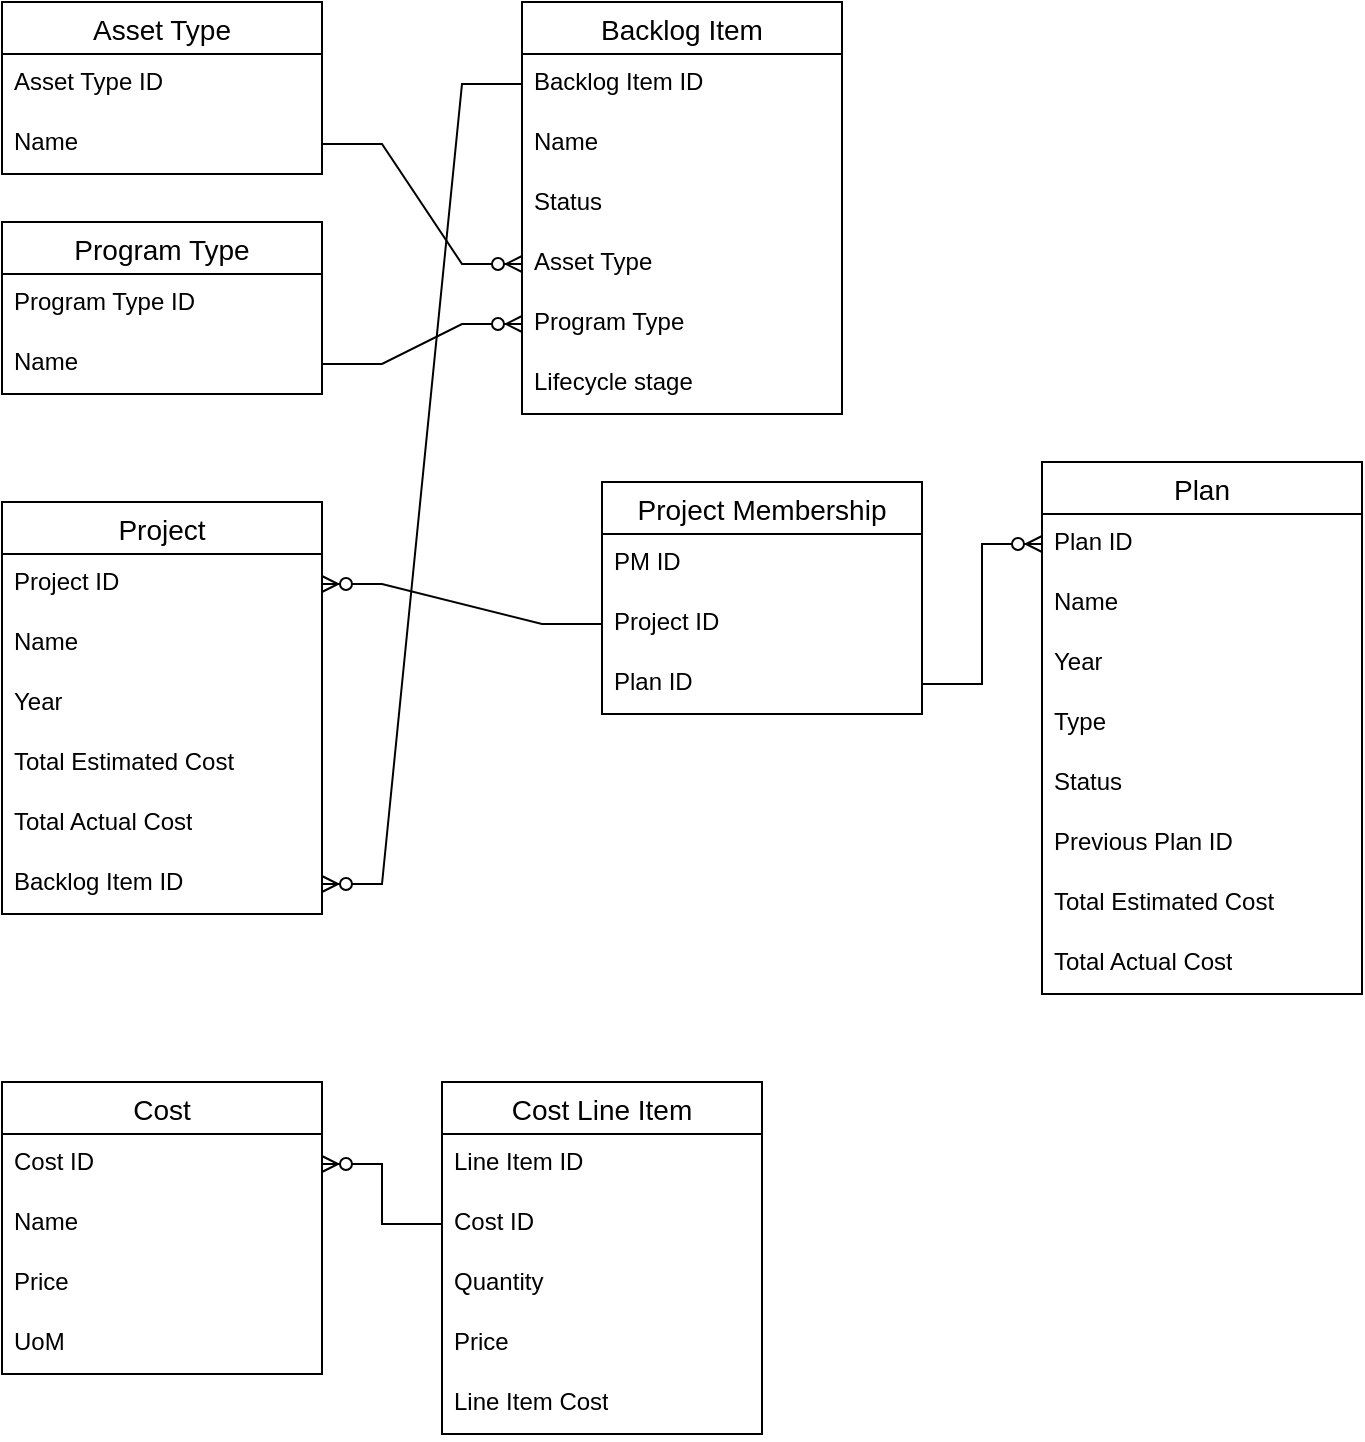
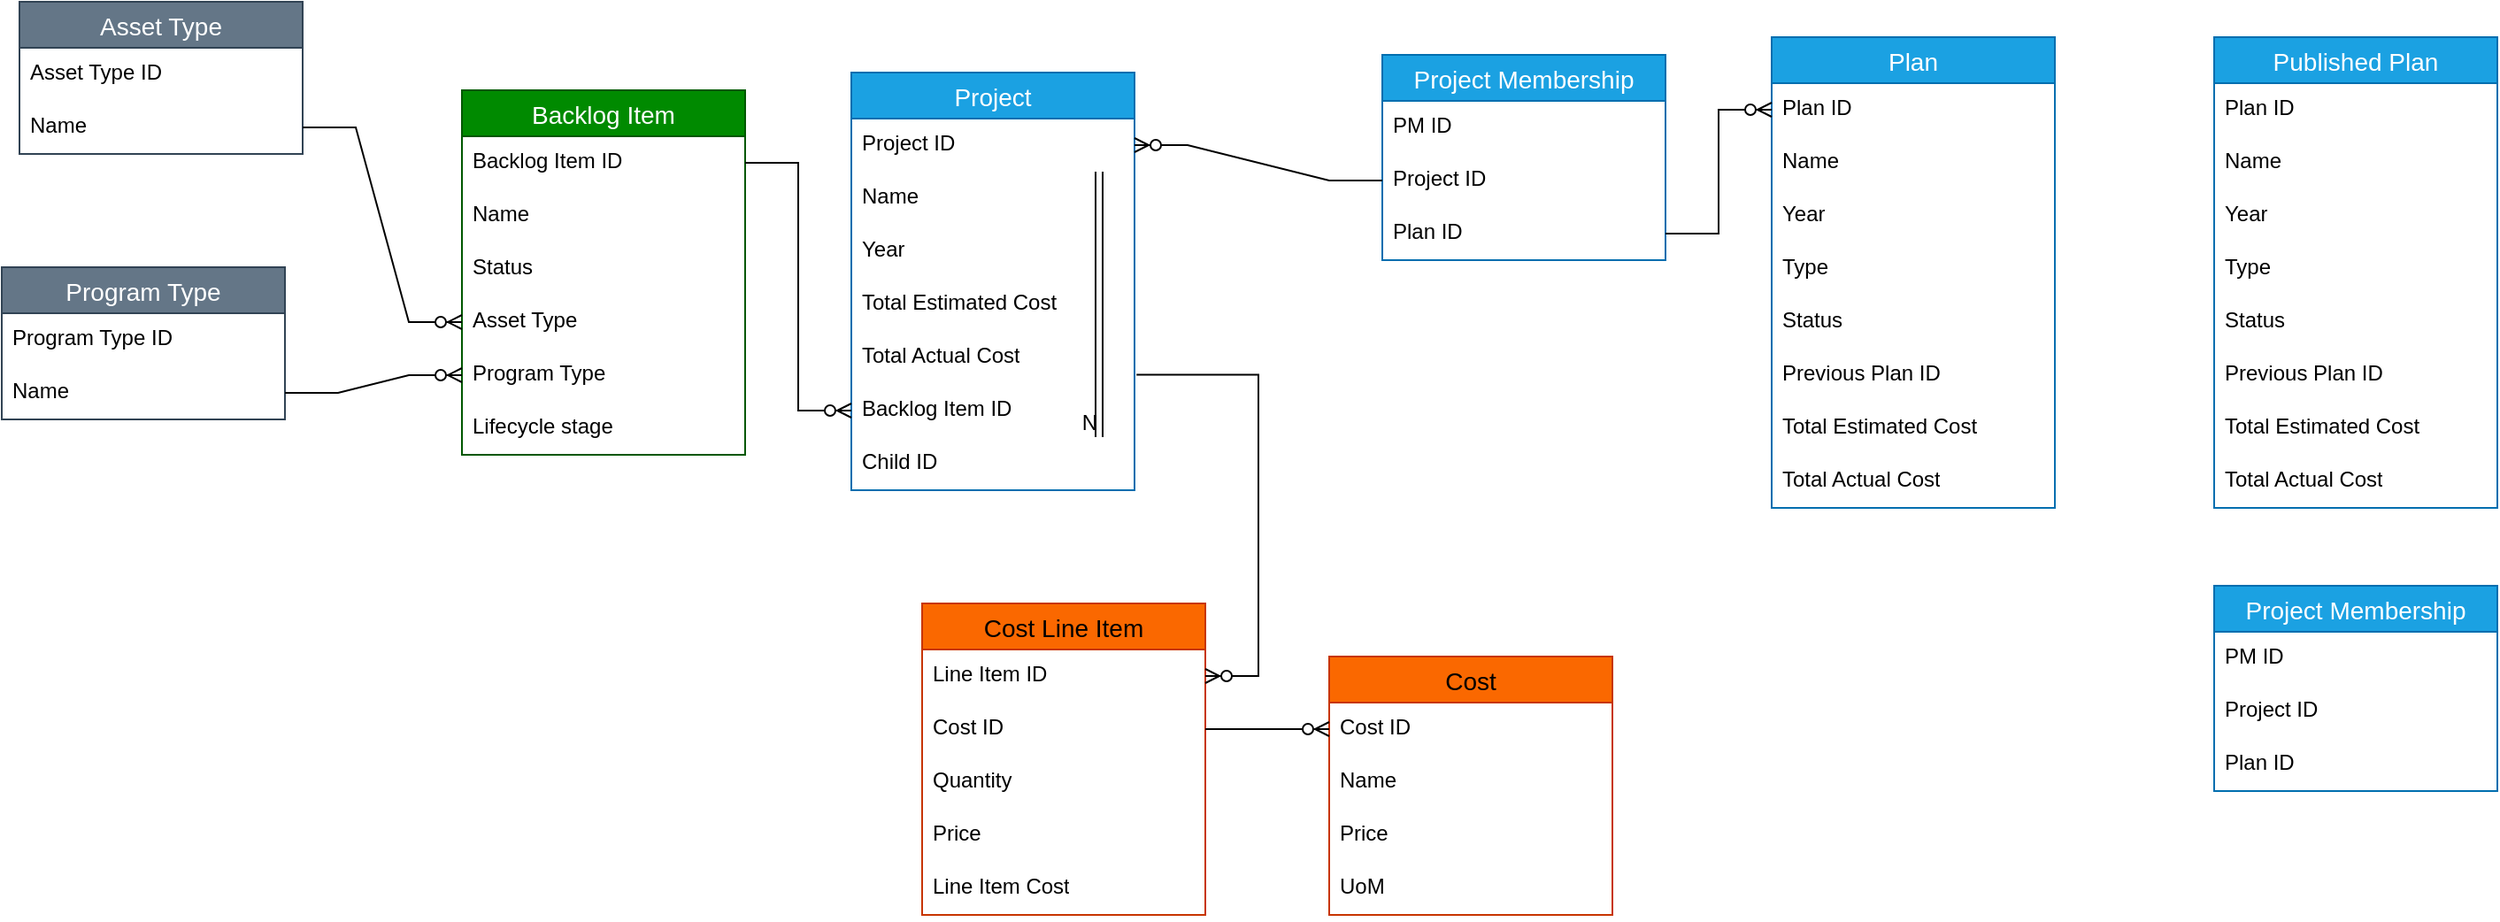
<mxfile host="app.diagrams.net" agent="Mozilla/5.0 (Windows NT 10.0; Win64; x64; rv:152.0) Gecko/20100101 Firefox/152.0">
  <diagram name="Page-1" id="SS4VlzMvfaLE4J7oMdR6">
-     <mxGraphModel dx="1178" dy="649" grid="1" gridSize="10" guides="1" tooltips="1" connect="1" arrows="1" fold="1" page="1" pageScale="1" pageWidth="850" pageHeight="1100" math="0" shadow="0">
+     <mxGraphModel dx="2028" dy="649" grid="1" gridSize="10" guides="1" tooltips="1" connect="1" arrows="1" fold="1" page="1" pageScale="1" pageWidth="850" pageHeight="1100" math="0" shadow="0">
      <root>
        <mxCell id="0" />
        <mxCell id="1" parent="0" />
-         <mxCell id="-pVWP6vscBkAqgU3yTl7-28" parent="1" style="swimlane;fontStyle=0;childLayout=stackLayout;horizontal=1;startSize=26;horizontalStack=0;resizeParent=1;resizeParentMax=0;resizeLast=0;collapsible=1;marginBottom=0;align=center;fontSize=14;" value="Backlog Item" vertex="1">
-           <mxGeometry height="206" width="160" x="300" y="40" as="geometry">
+         <mxCell id="-pVWP6vscBkAqgU3yTl7-28" parent="1" style="swimlane;fontStyle=0;childLayout=stackLayout;horizontal=1;startSize=26;horizontalStack=0;resizeParent=1;resizeParentMax=0;resizeLast=0;collapsible=1;marginBottom=0;align=center;fontSize=14;fillColor=#008a00;fontColor=#ffffff;strokeColor=#005700;" value="Backlog Item" vertex="1">
+           <mxGeometry height="206" width="160" x="-180" y="300" as="geometry">
            <mxRectangle height="30" width="120" x="320" y="220" as="alternateBounds" />
          </mxGeometry>
        </mxCell>
        <mxCell id="-pVWP6vscBkAqgU3yTl7-29" parent="-pVWP6vscBkAqgU3yTl7-28" style="text;strokeColor=none;fillColor=none;spacingLeft=4;spacingRight=4;overflow=hidden;rotatable=0;points=[[0,0.5],[1,0.5]];portConstraint=eastwest;fontSize=12;whiteSpace=wrap;html=1;" value="Backlog Item ID" vertex="1">
          <mxGeometry height="30" width="160" y="26" as="geometry" />
        </mxCell>
        <mxCell id="-pVWP6vscBkAqgU3yTl7-30" parent="-pVWP6vscBkAqgU3yTl7-28" style="text;strokeColor=none;fillColor=none;spacingLeft=4;spacingRight=4;overflow=hidden;rotatable=0;points=[[0,0.5],[1,0.5]];portConstraint=eastwest;fontSize=12;whiteSpace=wrap;html=1;" value="Name" vertex="1">
          <mxGeometry height="30" width="160" y="56" as="geometry" />
        </mxCell>
        <mxCell id="-pVWP6vscBkAqgU3yTl7-31" parent="-pVWP6vscBkAqgU3yTl7-28" style="text;strokeColor=none;fillColor=none;spacingLeft=4;spacingRight=4;overflow=hidden;rotatable=0;points=[[0,0.5],[1,0.5]];portConstraint=eastwest;fontSize=12;whiteSpace=wrap;html=1;" value="Status" vertex="1">
          <mxGeometry height="30" width="160" y="86" as="geometry" />
        </mxCell>
        <mxCell id="-pVWP6vscBkAqgU3yTl7-32" parent="-pVWP6vscBkAqgU3yTl7-28" style="text;strokeColor=none;fillColor=none;spacingLeft=4;spacingRight=4;overflow=hidden;rotatable=0;points=[[0,0.5],[1,0.5]];portConstraint=eastwest;fontSize=12;whiteSpace=wrap;html=1;" value="Asset Type" vertex="1">
          <mxGeometry height="30" width="160" y="116" as="geometry" />
        </mxCell>
        <mxCell id="-pVWP6vscBkAqgU3yTl7-40" parent="-pVWP6vscBkAqgU3yTl7-28" style="text;strokeColor=none;fillColor=none;spacingLeft=4;spacingRight=4;overflow=hidden;rotatable=0;points=[[0,0.5],[1,0.5]];portConstraint=eastwest;fontSize=12;whiteSpace=wrap;html=1;" value="Program Type" vertex="1">
          <mxGeometry height="30" width="160" y="146" as="geometry" />
        </mxCell>
        <mxCell id="-pVWP6vscBkAqgU3yTl7-57" parent="-pVWP6vscBkAqgU3yTl7-28" style="text;strokeColor=none;fillColor=none;spacingLeft=4;spacingRight=4;overflow=hidden;rotatable=0;points=[[0,0.5],[1,0.5]];portConstraint=eastwest;fontSize=12;whiteSpace=wrap;html=1;" value="Lifecycle stage" vertex="1">
          <mxGeometry height="30" width="160" y="176" as="geometry" />
        </mxCell>
-         <mxCell id="-pVWP6vscBkAqgU3yTl7-33" parent="1" style="swimlane;fontStyle=0;childLayout=stackLayout;horizontal=1;startSize=26;horizontalStack=0;resizeParent=1;resizeParentMax=0;resizeLast=0;collapsible=1;marginBottom=0;align=center;fontSize=14;" value="Asset Type" vertex="1">
-           <mxGeometry height="86" width="160" x="40" y="40" as="geometry" />
+         <mxCell id="-pVWP6vscBkAqgU3yTl7-33" parent="1" style="swimlane;fontStyle=0;childLayout=stackLayout;horizontal=1;startSize=26;horizontalStack=0;resizeParent=1;resizeParentMax=0;resizeLast=0;collapsible=1;marginBottom=0;align=center;fontSize=14;fillColor=#647687;fontColor=#ffffff;strokeColor=#314354;" value="Asset Type" vertex="1">
+           <mxGeometry height="86" width="160" x="-430" y="250" as="geometry" />
        </mxCell>
        <mxCell id="-pVWP6vscBkAqgU3yTl7-34" parent="-pVWP6vscBkAqgU3yTl7-33" style="text;strokeColor=none;fillColor=none;spacingLeft=4;spacingRight=4;overflow=hidden;rotatable=0;points=[[0,0.5],[1,0.5]];portConstraint=eastwest;fontSize=12;whiteSpace=wrap;html=1;" value="Asset Type ID" vertex="1">
          <mxGeometry height="30" width="160" y="26" as="geometry" />
        </mxCell>
        <mxCell id="-pVWP6vscBkAqgU3yTl7-35" parent="-pVWP6vscBkAqgU3yTl7-33" style="text;strokeColor=none;fillColor=none;spacingLeft=4;spacingRight=4;overflow=hidden;rotatable=0;points=[[0,0.5],[1,0.5]];portConstraint=eastwest;fontSize=12;whiteSpace=wrap;html=1;" value="Name" vertex="1">
          <mxGeometry height="30" width="160" y="56" as="geometry" />
        </mxCell>
        <mxCell id="-pVWP6vscBkAqgU3yTl7-39" edge="1" parent="1" source="-pVWP6vscBkAqgU3yTl7-35" style="edgeStyle=entityRelationEdgeStyle;fontSize=12;html=1;endArrow=ERzeroToMany;endFill=1;rounded=0;" target="-pVWP6vscBkAqgU3yTl7-32" value="">
          <mxGeometry height="100" relative="1" width="100" as="geometry">
            <mxPoint x="160" y="440" as="sourcePoint" />
            <mxPoint x="260" y="340" as="targetPoint" />
          </mxGeometry>
        </mxCell>
-         <mxCell id="-pVWP6vscBkAqgU3yTl7-41" parent="1" style="swimlane;fontStyle=0;childLayout=stackLayout;horizontal=1;startSize=26;horizontalStack=0;resizeParent=1;resizeParentMax=0;resizeLast=0;collapsible=1;marginBottom=0;align=center;fontSize=14;" value="Program Type" vertex="1">
-           <mxGeometry height="86" width="160" x="40" y="150" as="geometry" />
+         <mxCell id="-pVWP6vscBkAqgU3yTl7-41" parent="1" style="swimlane;fontStyle=0;childLayout=stackLayout;horizontal=1;startSize=26;horizontalStack=0;resizeParent=1;resizeParentMax=0;resizeLast=0;collapsible=1;marginBottom=0;align=center;fontSize=14;fillColor=#647687;fontColor=#ffffff;strokeColor=#314354;" value="Program Type" vertex="1">
+           <mxGeometry height="86" width="160" x="-440" y="400" as="geometry" />
        </mxCell>
        <mxCell id="-pVWP6vscBkAqgU3yTl7-42" parent="-pVWP6vscBkAqgU3yTl7-41" style="text;strokeColor=none;fillColor=none;spacingLeft=4;spacingRight=4;overflow=hidden;rotatable=0;points=[[0,0.5],[1,0.5]];portConstraint=eastwest;fontSize=12;whiteSpace=wrap;html=1;" value="Program Type ID" vertex="1">
          <mxGeometry height="30" width="160" y="26" as="geometry" />
        </mxCell>
        <mxCell id="-pVWP6vscBkAqgU3yTl7-43" parent="-pVWP6vscBkAqgU3yTl7-41" style="text;strokeColor=none;fillColor=none;spacingLeft=4;spacingRight=4;overflow=hidden;rotatable=0;points=[[0,0.5],[1,0.5]];portConstraint=eastwest;fontSize=12;whiteSpace=wrap;html=1;" value="Name" vertex="1">
          <mxGeometry height="30" width="160" y="56" as="geometry" />
        </mxCell>
        <mxCell id="-pVWP6vscBkAqgU3yTl7-44" edge="1" parent="1" source="-pVWP6vscBkAqgU3yTl7-43" style="edgeStyle=entityRelationEdgeStyle;fontSize=12;html=1;endArrow=ERzeroToMany;endFill=1;rounded=0;" target="-pVWP6vscBkAqgU3yTl7-40" value="">
          <mxGeometry height="100" relative="1" width="100" as="geometry">
            <mxPoint x="220" y="230" as="sourcePoint" />
            <mxPoint x="290" y="290" as="targetPoint" />
          </mxGeometry>
        </mxCell>
-         <mxCell id="-pVWP6vscBkAqgU3yTl7-45" parent="1" style="swimlane;fontStyle=0;childLayout=stackLayout;horizontal=1;startSize=26;horizontalStack=0;resizeParent=1;resizeParentMax=0;resizeLast=0;collapsible=1;marginBottom=0;align=center;fontSize=14;" value="Project" vertex="1">
-           <mxGeometry height="206" width="160" x="40" y="290" as="geometry" />
+         <mxCell id="-pVWP6vscBkAqgU3yTl7-45" parent="1" style="swimlane;fontStyle=0;childLayout=stackLayout;horizontal=1;startSize=26;horizontalStack=0;resizeParent=1;resizeParentMax=0;resizeLast=0;collapsible=1;marginBottom=0;align=center;fontSize=14;fillColor=#1ba1e2;fontColor=#ffffff;strokeColor=#006EAF;" value="Project" vertex="1">
+           <mxGeometry height="236" width="160" x="40" y="290" as="geometry" />
        </mxCell>
        <mxCell id="-pVWP6vscBkAqgU3yTl7-46" parent="-pVWP6vscBkAqgU3yTl7-45" style="text;strokeColor=none;fillColor=none;spacingLeft=4;spacingRight=4;overflow=hidden;rotatable=0;points=[[0,0.5],[1,0.5]];portConstraint=eastwest;fontSize=12;whiteSpace=wrap;html=1;" value="Project ID" vertex="1">
          <mxGeometry height="30" width="160" y="26" as="geometry" />
        </mxCell>
        <mxCell id="-pVWP6vscBkAqgU3yTl7-47" parent="-pVWP6vscBkAqgU3yTl7-45" style="text;strokeColor=none;fillColor=none;spacingLeft=4;spacingRight=4;overflow=hidden;rotatable=0;points=[[0,0.5],[1,0.5]];portConstraint=eastwest;fontSize=12;whiteSpace=wrap;html=1;" value="Name" vertex="1">
          <mxGeometry height="30" width="160" y="56" as="geometry" />
        </mxCell>
        <mxCell id="-pVWP6vscBkAqgU3yTl7-48" parent="-pVWP6vscBkAqgU3yTl7-45" style="text;strokeColor=none;fillColor=none;spacingLeft=4;spacingRight=4;overflow=hidden;rotatable=0;points=[[0,0.5],[1,0.5]];portConstraint=eastwest;fontSize=12;whiteSpace=wrap;html=1;" value="Year" vertex="1">
          <mxGeometry height="30" width="160" y="86" as="geometry" />
        </mxCell>
+         <mxCell id="-pVWP6vscBkAqgU3yTl7-88" edge="1" parent="-pVWP6vscBkAqgU3yTl7-45" style="shape=link;html=1;rounded=0;" value="">
+           <mxGeometry relative="1" as="geometry">
+             <mxPoint x="140" y="56" as="sourcePoint" />
+             <mxPoint x="140" y="206" as="targetPoint" />
+           </mxGeometry>
+         </mxCell>
+         <mxCell id="-pVWP6vscBkAqgU3yTl7-89" connectable="0" parent="-pVWP6vscBkAqgU3yTl7-88" style="resizable=0;html=1;whiteSpace=wrap;align=right;verticalAlign=bottom;" value="N" vertex="1">
+           <mxGeometry relative="1" x="1" as="geometry" />
+         </mxCell>
        <mxCell id="-pVWP6vscBkAqgU3yTl7-59" parent="-pVWP6vscBkAqgU3yTl7-45" style="text;strokeColor=none;fillColor=none;spacingLeft=4;spacingRight=4;overflow=hidden;rotatable=0;points=[[0,0.5],[1,0.5]];portConstraint=eastwest;fontSize=12;whiteSpace=wrap;html=1;" value="Total Estimated Cost" vertex="1">
          <mxGeometry height="30" width="160" y="116" as="geometry" />
        </mxCell>
        <mxCell id="-pVWP6vscBkAqgU3yTl7-58" parent="-pVWP6vscBkAqgU3yTl7-45" style="text;strokeColor=none;fillColor=none;spacingLeft=4;spacingRight=4;overflow=hidden;rotatable=0;points=[[0,0.5],[1,0.5]];portConstraint=eastwest;fontSize=12;whiteSpace=wrap;html=1;" value="Total Actual Cost" vertex="1">
          <mxGeometry height="30" width="160" y="146" as="geometry" />
        </mxCell>
        <mxCell id="-pVWP6vscBkAqgU3yTl7-62" parent="-pVWP6vscBkAqgU3yTl7-45" style="text;strokeColor=none;fillColor=none;spacingLeft=4;spacingRight=4;overflow=hidden;rotatable=0;points=[[0,0.5],[1,0.5]];portConstraint=eastwest;fontSize=12;whiteSpace=wrap;html=1;" value="Backlog Item ID" vertex="1">
          <mxGeometry height="30" width="160" y="176" as="geometry" />
        </mxCell>
-         <mxCell id="-pVWP6vscBkAqgU3yTl7-49" parent="1" style="swimlane;fontStyle=0;childLayout=stackLayout;horizontal=1;startSize=26;horizontalStack=0;resizeParent=1;resizeParentMax=0;resizeLast=0;collapsible=1;marginBottom=0;align=center;fontSize=14;" value="Plan" vertex="1">
+         <mxCell id="-pVWP6vscBkAqgU3yTl7-83" parent="-pVWP6vscBkAqgU3yTl7-45" style="text;strokeColor=none;fillColor=none;spacingLeft=4;spacingRight=4;overflow=hidden;rotatable=0;points=[[0,0.5],[1,0.5]];portConstraint=eastwest;fontSize=12;whiteSpace=wrap;html=1;" value="Child ID" vertex="1">
+           <mxGeometry height="30" width="160" y="206" as="geometry" />
+         </mxCell>
+         <mxCell id="-pVWP6vscBkAqgU3yTl7-49" parent="1" style="swimlane;fontStyle=0;childLayout=stackLayout;horizontal=1;startSize=26;horizontalStack=0;resizeParent=1;resizeParentMax=0;resizeLast=0;collapsible=1;marginBottom=0;align=center;fontSize=14;fillColor=#1ba1e2;fontColor=#ffffff;strokeColor=#006EAF;" value="Plan" vertex="1">
          <mxGeometry height="266" width="160" x="560" y="270" as="geometry" />
        </mxCell>
        <mxCell id="-pVWP6vscBkAqgU3yTl7-50" parent="-pVWP6vscBkAqgU3yTl7-49" style="text;strokeColor=none;fillColor=none;spacingLeft=4;spacingRight=4;overflow=hidden;rotatable=0;points=[[0,0.5],[1,0.5]];portConstraint=eastwest;fontSize=12;whiteSpace=wrap;html=1;" value="Plan ID" vertex="1">
          <mxGeometry height="30" width="160" y="26" as="geometry" />
        </mxCell>
        <mxCell id="-pVWP6vscBkAqgU3yTl7-51" parent="-pVWP6vscBkAqgU3yTl7-49" style="text;strokeColor=none;fillColor=none;spacingLeft=4;spacingRight=4;overflow=hidden;rotatable=0;points=[[0,0.5],[1,0.5]];portConstraint=eastwest;fontSize=12;whiteSpace=wrap;html=1;" value="Name" vertex="1">
          <mxGeometry height="30" width="160" y="56" as="geometry" />
        </mxCell>
        <mxCell id="-pVWP6vscBkAqgU3yTl7-52" parent="-pVWP6vscBkAqgU3yTl7-49" style="text;strokeColor=none;fillColor=none;spacingLeft=4;spacingRight=4;overflow=hidden;rotatable=0;points=[[0,0.5],[1,0.5]];portConstraint=eastwest;fontSize=12;whiteSpace=wrap;html=1;" value="Year" vertex="1">
          <mxGeometry height="30" width="160" y="86" as="geometry" />
        </mxCell>
        <mxCell id="-pVWP6vscBkAqgU3yTl7-66" parent="-pVWP6vscBkAqgU3yTl7-49" style="text;strokeColor=none;fillColor=none;spacingLeft=4;spacingRight=4;overflow=hidden;rotatable=0;points=[[0,0.5],[1,0.5]];portConstraint=eastwest;fontSize=12;whiteSpace=wrap;html=1;" value="&lt;div&gt;Type&lt;/div&gt;" vertex="1">
          <mxGeometry height="30" width="160" y="116" as="geometry" />
        </mxCell>
        <mxCell id="-pVWP6vscBkAqgU3yTl7-65" parent="-pVWP6vscBkAqgU3yTl7-49" style="text;strokeColor=none;fillColor=none;spacingLeft=4;spacingRight=4;overflow=hidden;rotatable=0;points=[[0,0.5],[1,0.5]];portConstraint=eastwest;fontSize=12;whiteSpace=wrap;html=1;" value="Status" vertex="1">
          <mxGeometry height="30" width="160" y="146" as="geometry" />
        </mxCell>
        <mxCell id="-pVWP6vscBkAqgU3yTl7-67" parent="-pVWP6vscBkAqgU3yTl7-49" style="text;strokeColor=none;fillColor=none;spacingLeft=4;spacingRight=4;overflow=hidden;rotatable=0;points=[[0,0.5],[1,0.5]];portConstraint=eastwest;fontSize=12;whiteSpace=wrap;html=1;" value="Previous Plan ID" vertex="1">
          <mxGeometry height="30" width="160" y="176" as="geometry" />
        </mxCell>
        <mxCell id="-pVWP6vscBkAqgU3yTl7-81" parent="-pVWP6vscBkAqgU3yTl7-49" style="text;strokeColor=none;fillColor=none;spacingLeft=4;spacingRight=4;overflow=hidden;rotatable=0;points=[[0,0.5],[1,0.5]];portConstraint=eastwest;fontSize=12;whiteSpace=wrap;html=1;" value="Total Estimated Cost" vertex="1">
          <mxGeometry height="30" width="160" y="206" as="geometry" />
        </mxCell>
        <mxCell id="-pVWP6vscBkAqgU3yTl7-80" parent="-pVWP6vscBkAqgU3yTl7-49" style="text;strokeColor=none;fillColor=none;spacingLeft=4;spacingRight=4;overflow=hidden;rotatable=0;points=[[0,0.5],[1,0.5]];portConstraint=eastwest;fontSize=12;whiteSpace=wrap;html=1;" value="Total Actual Cost" vertex="1">
          <mxGeometry height="30" width="160" y="236" as="geometry" />
        </mxCell>
-         <mxCell id="-pVWP6vscBkAqgU3yTl7-53" parent="1" style="swimlane;fontStyle=0;childLayout=stackLayout;horizontal=1;startSize=26;horizontalStack=0;resizeParent=1;resizeParentMax=0;resizeLast=0;collapsible=1;marginBottom=0;align=center;fontSize=14;" value="Project Membership" vertex="1">
+         <mxCell id="-pVWP6vscBkAqgU3yTl7-53" parent="1" style="swimlane;fontStyle=0;childLayout=stackLayout;horizontal=1;startSize=26;horizontalStack=0;resizeParent=1;resizeParentMax=0;resizeLast=0;collapsible=1;marginBottom=0;align=center;fontSize=14;fillColor=#1ba1e2;fontColor=#ffffff;strokeColor=#006EAF;" value="Project Membership" vertex="1">
          <mxGeometry height="116" width="160" x="340" y="280" as="geometry" />
        </mxCell>
        <mxCell id="-pVWP6vscBkAqgU3yTl7-54" parent="-pVWP6vscBkAqgU3yTl7-53" style="text;strokeColor=none;fillColor=none;spacingLeft=4;spacingRight=4;overflow=hidden;rotatable=0;points=[[0,0.5],[1,0.5]];portConstraint=eastwest;fontSize=12;whiteSpace=wrap;html=1;" value="&lt;div&gt;PM ID&lt;/div&gt;" vertex="1">
          <mxGeometry height="30" width="160" y="26" as="geometry" />
        </mxCell>
        <mxCell id="-pVWP6vscBkAqgU3yTl7-55" parent="-pVWP6vscBkAqgU3yTl7-53" style="text;strokeColor=none;fillColor=none;spacingLeft=4;spacingRight=4;overflow=hidden;rotatable=0;points=[[0,0.5],[1,0.5]];portConstraint=eastwest;fontSize=12;whiteSpace=wrap;html=1;" value="Project ID" vertex="1">
          <mxGeometry height="30" width="160" y="56" as="geometry" />
        </mxCell>
        <mxCell id="-pVWP6vscBkAqgU3yTl7-56" parent="-pVWP6vscBkAqgU3yTl7-53" style="text;strokeColor=none;fillColor=none;spacingLeft=4;spacingRight=4;overflow=hidden;rotatable=0;points=[[0,0.5],[1,0.5]];portConstraint=eastwest;fontSize=12;whiteSpace=wrap;html=1;" value="Plan ID" vertex="1">
          <mxGeometry height="30" width="160" y="86" as="geometry" />
        </mxCell>
        <mxCell id="-pVWP6vscBkAqgU3yTl7-60" edge="1" parent="1" source="-pVWP6vscBkAqgU3yTl7-29" style="edgeStyle=entityRelationEdgeStyle;fontSize=12;html=1;endArrow=ERzeroToMany;endFill=1;rounded=0;" target="-pVWP6vscBkAqgU3yTl7-62" value="">
          <mxGeometry height="100" relative="1" width="100" as="geometry">
            <mxPoint x="455" y="490" as="sourcePoint" />
            <mxPoint x="385" y="460" as="targetPoint" />
          </mxGeometry>
        </mxCell>
        <mxCell id="-pVWP6vscBkAqgU3yTl7-61" edge="1" parent="1" source="-pVWP6vscBkAqgU3yTl7-56" style="edgeStyle=entityRelationEdgeStyle;fontSize=12;html=1;endArrow=ERzeroToMany;endFill=1;rounded=0;" target="-pVWP6vscBkAqgU3yTl7-50" value="">
          <mxGeometry height="100" relative="1" width="100" as="geometry">
            <mxPoint x="470" y="463" as="sourcePoint" />
            <mxPoint x="390" y="273" as="targetPoint" />
          </mxGeometry>
        </mxCell>
        <mxCell id="-pVWP6vscBkAqgU3yTl7-64" edge="1" parent="1" source="-pVWP6vscBkAqgU3yTl7-55" style="edgeStyle=entityRelationEdgeStyle;fontSize=12;html=1;endArrow=ERzeroToMany;endFill=1;rounded=0;" target="-pVWP6vscBkAqgU3yTl7-46" value="">
          <mxGeometry height="100" relative="1" width="100" as="geometry">
            <mxPoint x="510" y="138" as="sourcePoint" />
            <mxPoint x="460" y="538" as="targetPoint" />
          </mxGeometry>
        </mxCell>
-         <mxCell id="-pVWP6vscBkAqgU3yTl7-68" parent="1" style="swimlane;fontStyle=0;childLayout=stackLayout;horizontal=1;startSize=26;horizontalStack=0;resizeParent=1;resizeParentMax=0;resizeLast=0;collapsible=1;marginBottom=0;align=center;fontSize=14;" value="Cost" vertex="1">
-           <mxGeometry height="146" width="160" x="40" y="580" as="geometry" />
+         <mxCell id="-pVWP6vscBkAqgU3yTl7-68" parent="1" style="swimlane;fontStyle=0;childLayout=stackLayout;horizontal=1;startSize=26;horizontalStack=0;resizeParent=1;resizeParentMax=0;resizeLast=0;collapsible=1;marginBottom=0;align=center;fontSize=14;fillColor=#fa6800;fontColor=#000000;strokeColor=#C73500;" value="Cost" vertex="1">
+           <mxGeometry height="146" width="160" x="310" y="620" as="geometry" />
        </mxCell>
        <mxCell id="-pVWP6vscBkAqgU3yTl7-69" parent="-pVWP6vscBkAqgU3yTl7-68" style="text;strokeColor=none;fillColor=none;spacingLeft=4;spacingRight=4;overflow=hidden;rotatable=0;points=[[0,0.5],[1,0.5]];portConstraint=eastwest;fontSize=12;whiteSpace=wrap;html=1;" value="Cost ID" vertex="1">
          <mxGeometry height="30" width="160" y="26" as="geometry" />
        </mxCell>
        <mxCell id="-pVWP6vscBkAqgU3yTl7-70" parent="-pVWP6vscBkAqgU3yTl7-68" style="text;strokeColor=none;fillColor=none;spacingLeft=4;spacingRight=4;overflow=hidden;rotatable=0;points=[[0,0.5],[1,0.5]];portConstraint=eastwest;fontSize=12;whiteSpace=wrap;html=1;" value="Name" vertex="1">
          <mxGeometry height="30" width="160" y="56" as="geometry" />
        </mxCell>
        <mxCell id="-pVWP6vscBkAqgU3yTl7-71" parent="-pVWP6vscBkAqgU3yTl7-68" style="text;strokeColor=none;fillColor=none;spacingLeft=4;spacingRight=4;overflow=hidden;rotatable=0;points=[[0,0.5],[1,0.5]];portConstraint=eastwest;fontSize=12;whiteSpace=wrap;html=1;" value="Price" vertex="1">
          <mxGeometry height="30" width="160" y="86" as="geometry" />
        </mxCell>
        <mxCell id="-pVWP6vscBkAqgU3yTl7-72" parent="-pVWP6vscBkAqgU3yTl7-68" style="text;strokeColor=none;fillColor=none;spacingLeft=4;spacingRight=4;overflow=hidden;rotatable=0;points=[[0,0.5],[1,0.5]];portConstraint=eastwest;fontSize=12;whiteSpace=wrap;html=1;" value="UoM" vertex="1">
          <mxGeometry height="30" width="160" y="116" as="geometry" />
        </mxCell>
-         <mxCell id="-pVWP6vscBkAqgU3yTl7-73" parent="1" style="swimlane;fontStyle=0;childLayout=stackLayout;horizontal=1;startSize=26;horizontalStack=0;resizeParent=1;resizeParentMax=0;resizeLast=0;collapsible=1;marginBottom=0;align=center;fontSize=14;" value="Cost Line Item" vertex="1">
-           <mxGeometry height="176" width="160" x="260" y="580" as="geometry" />
+         <mxCell id="-pVWP6vscBkAqgU3yTl7-73" parent="1" style="swimlane;fontStyle=0;childLayout=stackLayout;horizontal=1;startSize=26;horizontalStack=0;resizeParent=1;resizeParentMax=0;resizeLast=0;collapsible=1;marginBottom=0;align=center;fontSize=14;fillColor=#fa6800;fontColor=#000000;strokeColor=#C73500;" value="Cost Line Item" vertex="1">
+           <mxGeometry height="176" width="160" x="80" y="590" as="geometry" />
        </mxCell>
        <mxCell id="-pVWP6vscBkAqgU3yTl7-74" parent="-pVWP6vscBkAqgU3yTl7-73" style="text;strokeColor=none;fillColor=none;spacingLeft=4;spacingRight=4;overflow=hidden;rotatable=0;points=[[0,0.5],[1,0.5]];portConstraint=eastwest;fontSize=12;whiteSpace=wrap;html=1;" value="Line Item ID" vertex="1">
          <mxGeometry height="30" width="160" y="26" as="geometry" />
        </mxCell>
        <mxCell id="-pVWP6vscBkAqgU3yTl7-75" parent="-pVWP6vscBkAqgU3yTl7-73" style="text;strokeColor=none;fillColor=none;spacingLeft=4;spacingRight=4;overflow=hidden;rotatable=0;points=[[0,0.5],[1,0.5]];portConstraint=eastwest;fontSize=12;whiteSpace=wrap;html=1;" value="Cost ID" vertex="1">
          <mxGeometry height="30" width="160" y="56" as="geometry" />
        </mxCell>
        <mxCell id="-pVWP6vscBkAqgU3yTl7-76" parent="-pVWP6vscBkAqgU3yTl7-73" style="text;strokeColor=none;fillColor=none;spacingLeft=4;spacingRight=4;overflow=hidden;rotatable=0;points=[[0,0.5],[1,0.5]];portConstraint=eastwest;fontSize=12;whiteSpace=wrap;html=1;" value="Quantity" vertex="1">
          <mxGeometry height="30" width="160" y="86" as="geometry" />
        </mxCell>
        <mxCell id="-pVWP6vscBkAqgU3yTl7-78" parent="-pVWP6vscBkAqgU3yTl7-73" style="text;strokeColor=none;fillColor=none;spacingLeft=4;spacingRight=4;overflow=hidden;rotatable=0;points=[[0,0.5],[1,0.5]];portConstraint=eastwest;fontSize=12;whiteSpace=wrap;html=1;" value="Price" vertex="1">
          <mxGeometry height="30" width="160" y="116" as="geometry" />
        </mxCell>
        <mxCell id="-pVWP6vscBkAqgU3yTl7-79" parent="-pVWP6vscBkAqgU3yTl7-73" style="text;strokeColor=none;fillColor=none;spacingLeft=4;spacingRight=4;overflow=hidden;rotatable=0;points=[[0,0.5],[1,0.5]];portConstraint=eastwest;fontSize=12;whiteSpace=wrap;html=1;" value="Line Item Cost" vertex="1">
          <mxGeometry height="30" width="160" y="146" as="geometry" />
        </mxCell>
        <mxCell id="-pVWP6vscBkAqgU3yTl7-77" edge="1" parent="1" source="-pVWP6vscBkAqgU3yTl7-75" style="edgeStyle=entityRelationEdgeStyle;fontSize=12;html=1;endArrow=ERzeroToMany;endFill=1;rounded=0;" target="-pVWP6vscBkAqgU3yTl7-69" value="">
          <mxGeometry height="100" relative="1" width="100" as="geometry">
            <mxPoint x="440" y="496" as="sourcePoint" />
            <mxPoint x="300" y="476" as="targetPoint" />
          </mxGeometry>
+         </mxCell>
+         <mxCell id="-pVWP6vscBkAqgU3yTl7-82" edge="1" parent="1" source="-pVWP6vscBkAqgU3yTl7-58" style="edgeStyle=entityRelationEdgeStyle;fontSize=12;html=1;endArrow=ERzeroToMany;endFill=1;rounded=0;exitX=1.007;exitY=0.827;exitDx=0;exitDy=0;exitPerimeter=0;" target="-pVWP6vscBkAqgU3yTl7-74" value="">
+           <mxGeometry height="100" relative="1" width="100" as="geometry">
+             <mxPoint x="550" y="770" as="sourcePoint" />
+             <mxPoint x="610" y="700" as="targetPoint" />
+           </mxGeometry>
+         </mxCell>
+         <mxCell id="-pVWP6vscBkAqgU3yTl7-90" parent="1" style="swimlane;fontStyle=0;childLayout=stackLayout;horizontal=1;startSize=26;horizontalStack=0;resizeParent=1;resizeParentMax=0;resizeLast=0;collapsible=1;marginBottom=0;align=center;fontSize=14;fillColor=#1ba1e2;fontColor=#ffffff;strokeColor=#006EAF;" value="Published Plan" vertex="1">
+           <mxGeometry height="266" width="160" x="810" y="270" as="geometry" />
+         </mxCell>
+         <mxCell id="-pVWP6vscBkAqgU3yTl7-91" parent="-pVWP6vscBkAqgU3yTl7-90" style="text;strokeColor=none;fillColor=none;spacingLeft=4;spacingRight=4;overflow=hidden;rotatable=0;points=[[0,0.5],[1,0.5]];portConstraint=eastwest;fontSize=12;whiteSpace=wrap;html=1;" value="Plan ID" vertex="1">
+           <mxGeometry height="30" width="160" y="26" as="geometry" />
+         </mxCell>
+         <mxCell id="-pVWP6vscBkAqgU3yTl7-92" parent="-pVWP6vscBkAqgU3yTl7-90" style="text;strokeColor=none;fillColor=none;spacingLeft=4;spacingRight=4;overflow=hidden;rotatable=0;points=[[0,0.5],[1,0.5]];portConstraint=eastwest;fontSize=12;whiteSpace=wrap;html=1;" value="Name" vertex="1">
+           <mxGeometry height="30" width="160" y="56" as="geometry" />
+         </mxCell>
+         <mxCell id="-pVWP6vscBkAqgU3yTl7-93" parent="-pVWP6vscBkAqgU3yTl7-90" style="text;strokeColor=none;fillColor=none;spacingLeft=4;spacingRight=4;overflow=hidden;rotatable=0;points=[[0,0.5],[1,0.5]];portConstraint=eastwest;fontSize=12;whiteSpace=wrap;html=1;" value="Year" vertex="1">
+           <mxGeometry height="30" width="160" y="86" as="geometry" />
+         </mxCell>
+         <mxCell id="-pVWP6vscBkAqgU3yTl7-94" parent="-pVWP6vscBkAqgU3yTl7-90" style="text;strokeColor=none;fillColor=none;spacingLeft=4;spacingRight=4;overflow=hidden;rotatable=0;points=[[0,0.5],[1,0.5]];portConstraint=eastwest;fontSize=12;whiteSpace=wrap;html=1;" value="&lt;div&gt;Type&lt;/div&gt;" vertex="1">
+           <mxGeometry height="30" width="160" y="116" as="geometry" />
+         </mxCell>
+         <mxCell id="-pVWP6vscBkAqgU3yTl7-95" parent="-pVWP6vscBkAqgU3yTl7-90" style="text;strokeColor=none;fillColor=none;spacingLeft=4;spacingRight=4;overflow=hidden;rotatable=0;points=[[0,0.5],[1,0.5]];portConstraint=eastwest;fontSize=12;whiteSpace=wrap;html=1;" value="Status" vertex="1">
+           <mxGeometry height="30" width="160" y="146" as="geometry" />
+         </mxCell>
+         <mxCell id="-pVWP6vscBkAqgU3yTl7-96" parent="-pVWP6vscBkAqgU3yTl7-90" style="text;strokeColor=none;fillColor=none;spacingLeft=4;spacingRight=4;overflow=hidden;rotatable=0;points=[[0,0.5],[1,0.5]];portConstraint=eastwest;fontSize=12;whiteSpace=wrap;html=1;" value="Previous Plan ID" vertex="1">
+           <mxGeometry height="30" width="160" y="176" as="geometry" />
+         </mxCell>
+         <mxCell id="-pVWP6vscBkAqgU3yTl7-97" parent="-pVWP6vscBkAqgU3yTl7-90" style="text;strokeColor=none;fillColor=none;spacingLeft=4;spacingRight=4;overflow=hidden;rotatable=0;points=[[0,0.5],[1,0.5]];portConstraint=eastwest;fontSize=12;whiteSpace=wrap;html=1;" value="Total Estimated Cost" vertex="1">
+           <mxGeometry height="30" width="160" y="206" as="geometry" />
+         </mxCell>
+         <mxCell id="-pVWP6vscBkAqgU3yTl7-98" parent="-pVWP6vscBkAqgU3yTl7-90" style="text;strokeColor=none;fillColor=none;spacingLeft=4;spacingRight=4;overflow=hidden;rotatable=0;points=[[0,0.5],[1,0.5]];portConstraint=eastwest;fontSize=12;whiteSpace=wrap;html=1;" value="Total Actual Cost" vertex="1">
+           <mxGeometry height="30" width="160" y="236" as="geometry" />
+         </mxCell>
+         <mxCell id="-pVWP6vscBkAqgU3yTl7-99" parent="1" style="swimlane;fontStyle=0;childLayout=stackLayout;horizontal=1;startSize=26;horizontalStack=0;resizeParent=1;resizeParentMax=0;resizeLast=0;collapsible=1;marginBottom=0;align=center;fontSize=14;fillColor=#1ba1e2;fontColor=#ffffff;strokeColor=#006EAF;" value="Project Membership" vertex="1">
+           <mxGeometry height="116" width="160" x="810" y="580" as="geometry" />
+         </mxCell>
+         <mxCell id="-pVWP6vscBkAqgU3yTl7-100" parent="-pVWP6vscBkAqgU3yTl7-99" style="text;strokeColor=none;fillColor=none;spacingLeft=4;spacingRight=4;overflow=hidden;rotatable=0;points=[[0,0.5],[1,0.5]];portConstraint=eastwest;fontSize=12;whiteSpace=wrap;html=1;" value="&lt;div&gt;PM ID&lt;/div&gt;" vertex="1">
+           <mxGeometry height="30" width="160" y="26" as="geometry" />
+         </mxCell>
+         <mxCell id="-pVWP6vscBkAqgU3yTl7-101" parent="-pVWP6vscBkAqgU3yTl7-99" style="text;strokeColor=none;fillColor=none;spacingLeft=4;spacingRight=4;overflow=hidden;rotatable=0;points=[[0,0.5],[1,0.5]];portConstraint=eastwest;fontSize=12;whiteSpace=wrap;html=1;" value="Project ID" vertex="1">
+           <mxGeometry height="30" width="160" y="56" as="geometry" />
+         </mxCell>
+         <mxCell id="-pVWP6vscBkAqgU3yTl7-102" parent="-pVWP6vscBkAqgU3yTl7-99" style="text;strokeColor=none;fillColor=none;spacingLeft=4;spacingRight=4;overflow=hidden;rotatable=0;points=[[0,0.5],[1,0.5]];portConstraint=eastwest;fontSize=12;whiteSpace=wrap;html=1;" value="Plan ID" vertex="1">
+           <mxGeometry height="30" width="160" y="86" as="geometry" />
        </mxCell>
      </root>
    </mxGraphModel>
  </diagram>
</mxfile>
